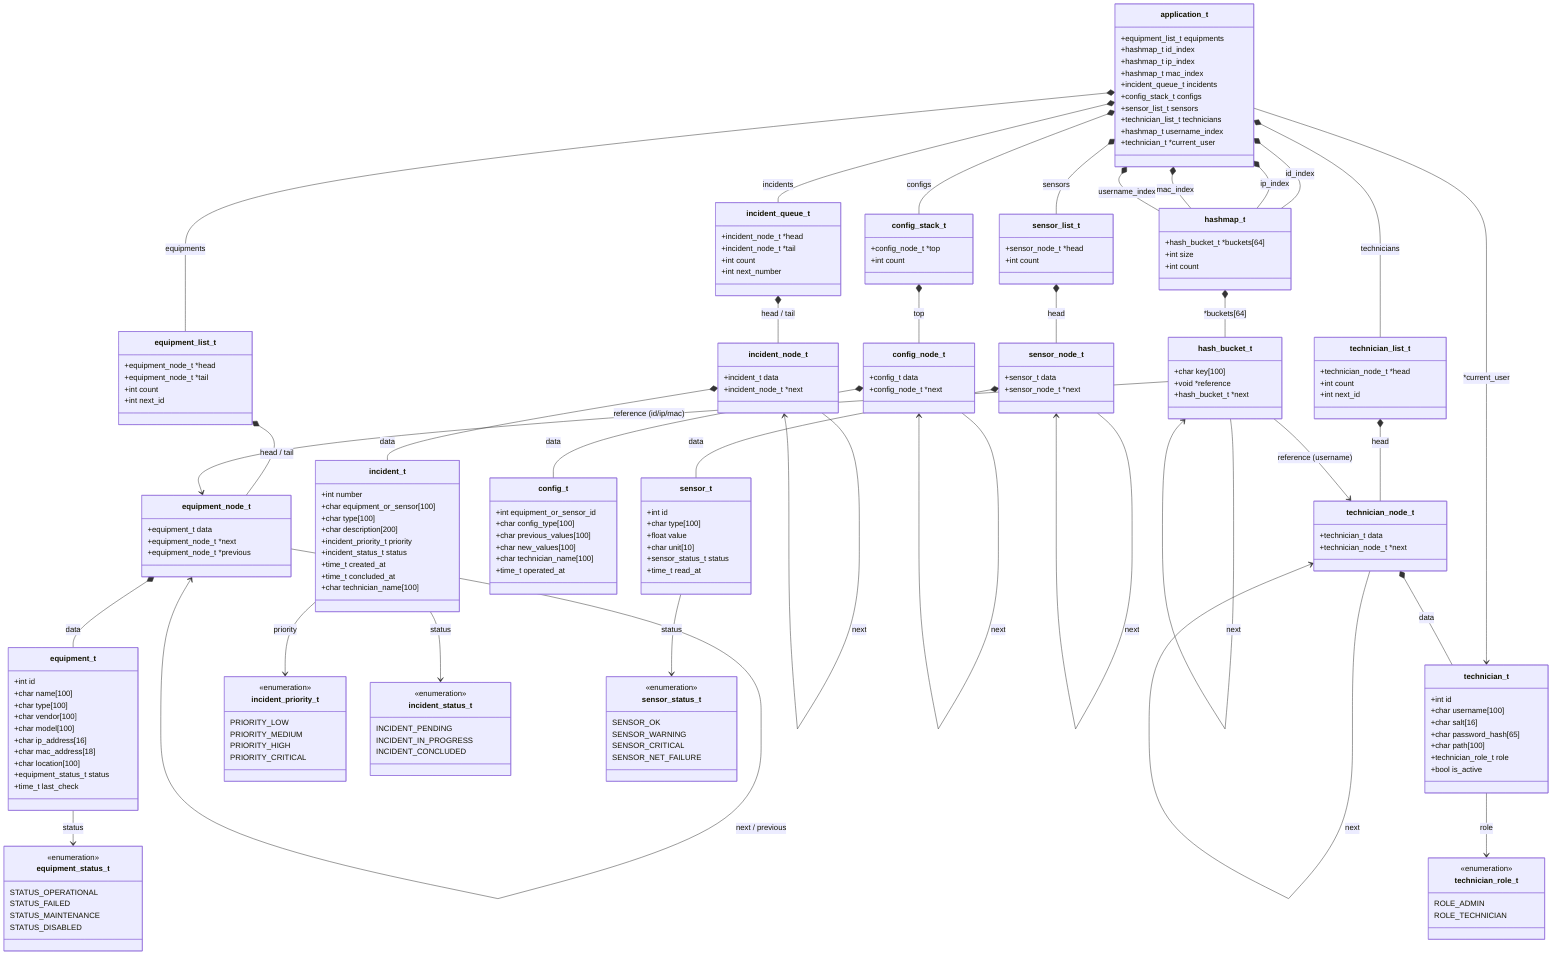
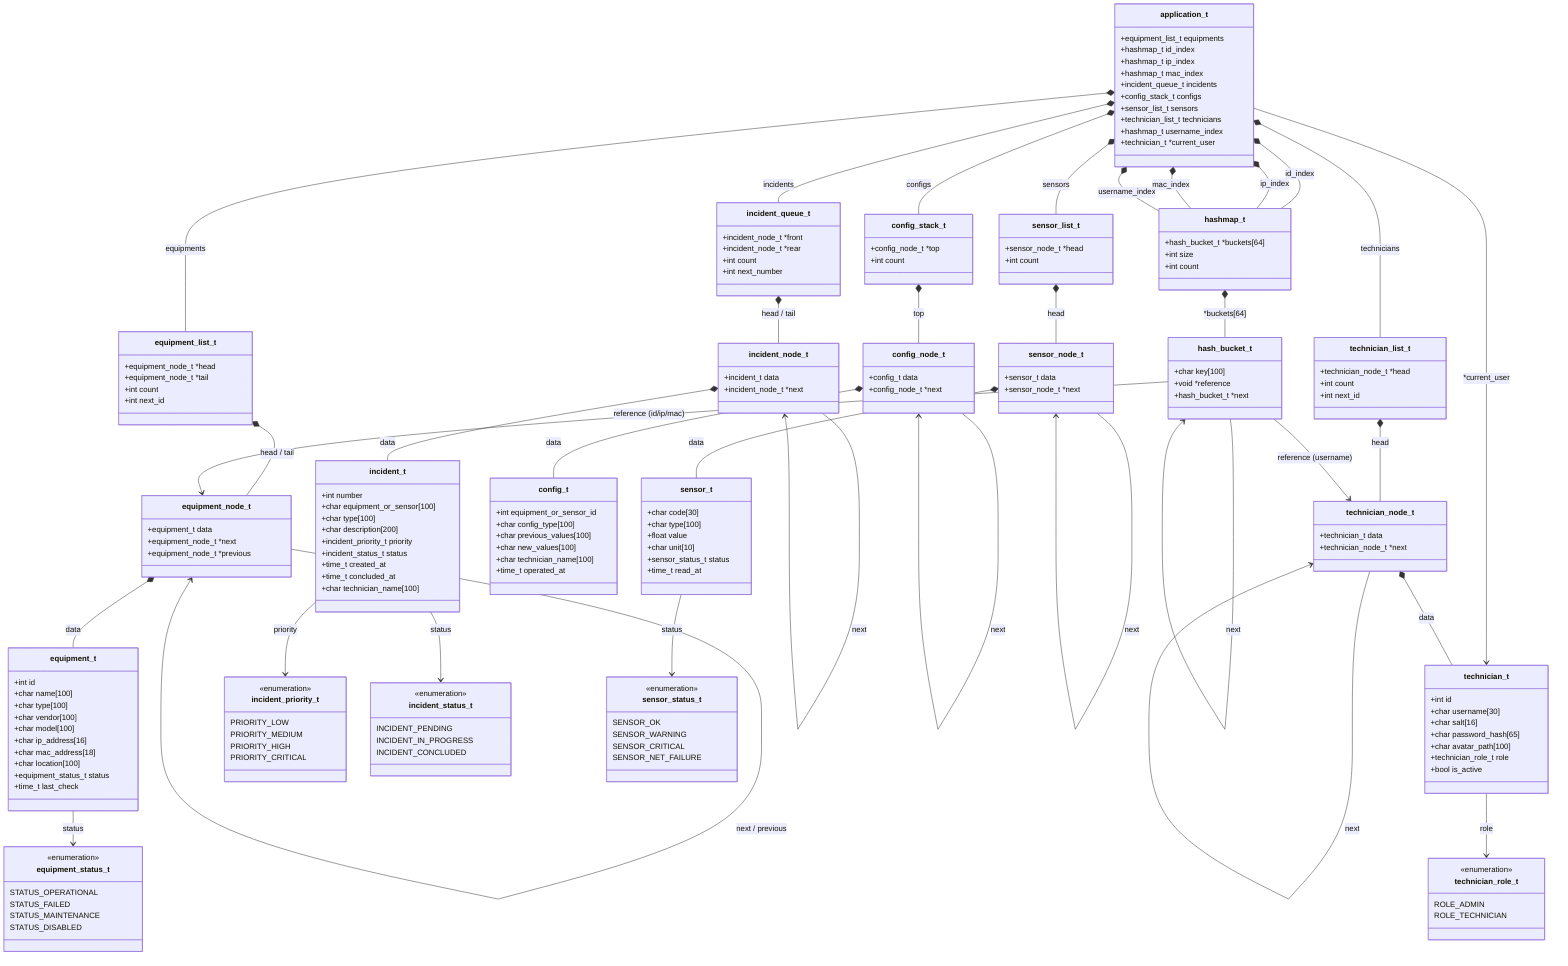
classDiagram

class application_t {
  +equipment_list_t       equipments
  +hashmap_t              id_index
  +hashmap_t              ip_index
  +hashmap_t              mac_index
  +incident_queue_t       incidents
  +config_stack_t         configs
  +sensor_list_t          sensors
  +technician_list_t      technicians
  +hashmap_t              username_index
  +technician_t           *current_user
}


class equipment_t {
  +int                     id
  +char                    name[100]
  +char                    type[100]
  +char                    vendor[100]
  +char                    model[100]
  +char                    ip_address[16]
  +char                    mac_address[18]
  +char                    location[100]
  +equipment_status_t      status
  +time_t                  last_check
}

class equipment_node_t {
  +equipment_t           data
  +equipment_node_t      *next
  +equipment_node_t      *previous
}

class equipment_list_t {
  +equipment_node_t      *head
  +equipment_node_t      *tail
  +int                   count
  +int                   next_id
}



class incident_t {
  +int                      number
  +char                     equipment_or_sensor[100]
  +char                     type[100]
  +char                     description[200]
  +incident_priority_t      priority
  +incident_status_t        status
  +time_t                   created_at
  +time_t                   concluded_at
  +char                     technician_name[100]
}

class incident_node_t {
  +incident_t           data
  +incident_node_t      *next
}

class incident_queue_t {
-   +incident_node_t      *head
-   +incident_node_t      *tail
+   +incident_node_t      *front
+   +incident_node_t      *rear
  +int                  count
  +int                  next_number
}



class config_t {
  +int         equipment_or_sensor_id
  +char        config_type[100]
  +char        previous_values[100]
  +char        new_values[100]
  +char        technician_name[100]
  +time_t      operated_at
}

class config_node_t {
  +config_t           data
  +config_node_t      *next
}

class config_stack_t {
  +config_node_t      *top
  +int                count
}



class sensor_t {
-   +int                  id
+   +char                 code[30]
  +char                 type[100]
  +float                value
  +char                 unit[10]
  +sensor_status_t      status
  +time_t               read_at
}

class sensor_node_t {
  +sensor_t           data
  +sensor_node_t      *next
}

class sensor_list_t {
  +sensor_node_t      *head
  +int                count
}



class technician_t {
  +int                    id
-   +char                   username[100]
+   +char                   username[30]
  +char                   salt[16]
  +char                   password_hash[65]
-   +char                   path[100]
+   +char                   avatar_path[100]
  +technician_role_t      role
  +bool                   is_active
}

class technician_node_t {
  +technician_t           data
  +technician_node_t      *next
}

class technician_list_t {
  +technician_node_t      *head
  +int                    count
  +int                    next_id
}



class hashmap_t {
  +hash_bucket_t      *buckets[64]
  +int                size
  +int                count
}

class hash_bucket_t {
  +char               key[100]
  +void               *reference
  +hash_bucket_t      *next
}



class equipment_status_t {
  <<enumeration>>
  STATUS_OPERATIONAL
  STATUS_FAILED
  STATUS_MAINTENANCE
  STATUS_DISABLED
}

class incident_priority_t {
  <<enumeration>>
  PRIORITY_LOW
  PRIORITY_MEDIUM
  PRIORITY_HIGH
  PRIORITY_CRITICAL
}

class incident_status_t {
  <<enumeration>>
  INCIDENT_PENDING
  INCIDENT_IN_PROGRESS
  INCIDENT_CONCLUDED
}

class sensor_status_t {
  <<enumeration>>
  SENSOR_OK
  SENSOR_WARNING
  SENSOR_CRITICAL
  SENSOR_NET_FAILURE
}

class technician_role_t {
  <<enumeration>>
  ROLE_ADMIN
  ROLE_TECHNICIAN
}



application_t *-- equipment_list_t      : equipments
application_t *-- hashmap_t             : id_index
application_t *-- hashmap_t             : ip_index
application_t *-- hashmap_t             : mac_index
application_t *-- incident_queue_t      : incidents
application_t *-- config_stack_t        : configs
application_t *-- sensor_list_t         : sensors
application_t *-- technician_list_t     : technicians
application_t *-- hashmap_t             : username_index
application_t --> technician_t          : *current_user



equipment_t --> equipment_status_t         : status
equipment_node_t *-- equipment_t           : data
equipment_node_t --> equipment_node_t      : next / previous
equipment_list_t *-- equipment_node_t      : head / tail



incident_t --> incident_priority_t       : priority
incident_t --> incident_status_t         : status
incident_node_t *-- incident_t           : data
incident_node_t --> incident_node_t      : next
incident_queue_t *-- incident_node_t     : head / tail



config_node_t *-- config_t           : data
config_node_t --> config_node_t      : next
config_stack_t *-- config_node_t     : top



sensor_t --> sensor_status_t         : status
sensor_node_t *-- sensor_t           : data
sensor_node_t --> sensor_node_t      : next
sensor_list_t *-- sensor_node_t      : head



technician_t --> technician_role_t           : role
technician_node_t *-- technician_t           : data
technician_node_t --> technician_node_t      : next
technician_list_t *-- technician_node_t      : head



hashmap_t *-- hash_bucket_t             : *buckets[64]
hash_bucket_t --> hash_bucket_t         : next
hash_bucket_t --> equipment_node_t      : reference (id/ip/mac)
hash_bucket_t --> technician_node_t     : reference (username)
